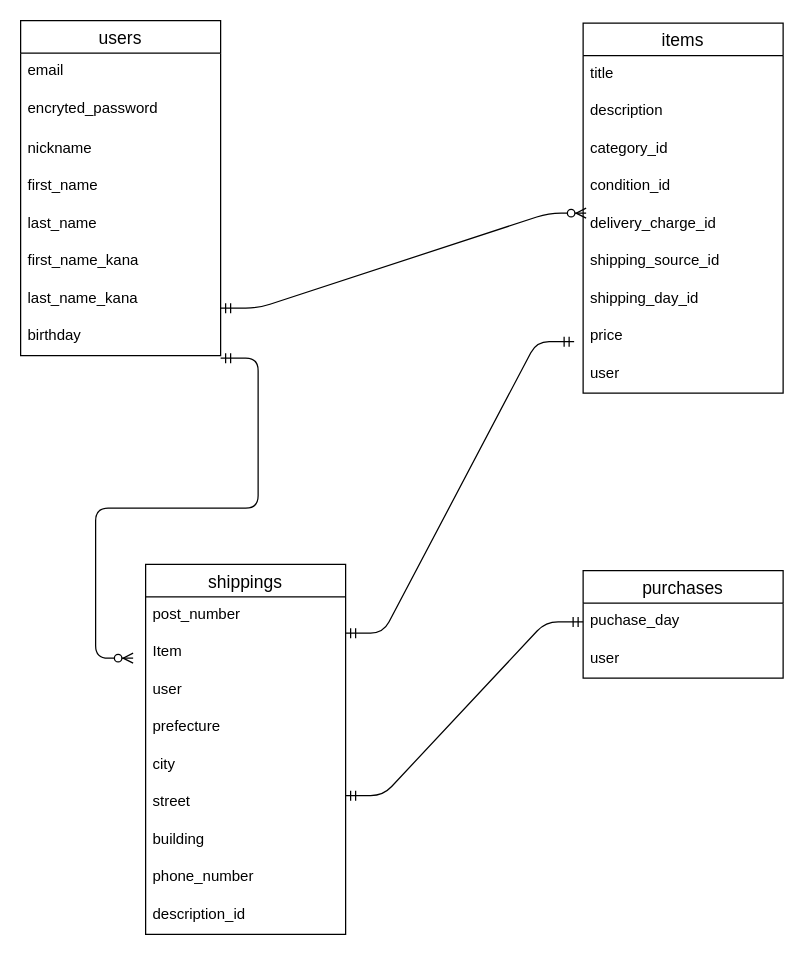
The draw.io diagram erz.dio in rettofe/furima-40484, before the edit. Source tidied: cells renumbered, new cells numbered last; positions are measured from the earlier drawing's top-left corner, leaving out a move shared by most shapes. Both pictures are drawn from the tidied source at 125%, with x=0, y=0 at pixel (20, 20).
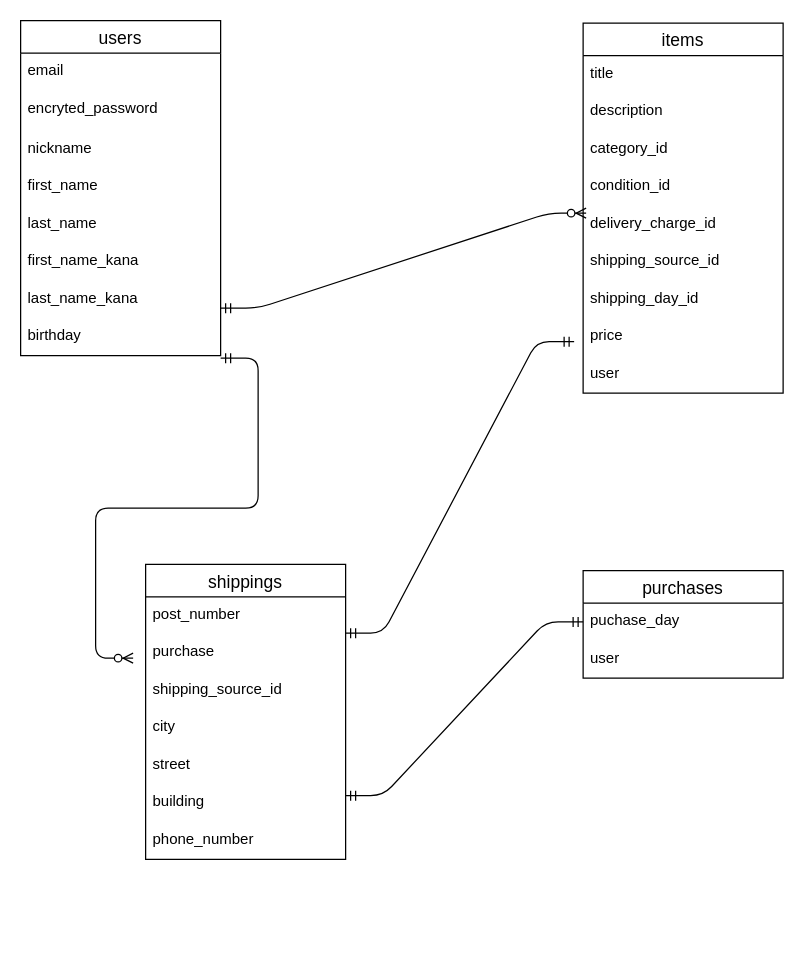
After the change.

The edit, as a diff of the source:
```diff
@@
     <mxCell id="24" value="shippings" style="swimlane;fontStyle=0;horizontal=1;startSize=26;align=center;fontSize=14;" parent="1" vertex="1">
-      <mxGeometry x="100" y="435" width="160" height="296" as="geometry" />
+      <mxGeometry x="100" y="435" width="160" height="236" as="geometry" />
     </mxCell>
@@
-    <mxCell id="26" value="Item" style="text;strokeColor=none;fillColor=none;spacingLeft=4;spacingRight=4;overflow=hidden;fontSize=12;" parent="24" vertex="1">
-      <mxGeometry y="56" width="160" height="30" as="geometry" />
-    </mxCell>
-    <mxCell id="27" value="user&#10;" style="text;strokeColor=none;fillColor=none;spacingLeft=4;spacingRight=4;overflow=hidden;fontSize=12;" parent="24" vertex="1">
-      <mxGeometry y="86" width="160" height="30" as="geometry" />
+    <mxCell id="27" value="purchase" style="text;strokeColor=none;fillColor=none;spacingLeft=4;spacingRight=4;overflow=hidden;fontSize=12;" parent="24" vertex="1">
+      <mxGeometry y="56" width="160" height="30" as="geometry" />
     </mxCell>
-    <mxCell id="28" value="prefecture" style="text;strokeColor=none;fillColor=none;spacingLeft=4;spacingRight=4;overflow=hidden;fontSize=12;" parent="24" vertex="1">
-      <mxGeometry y="116" width="160" height="30" as="geometry" />
+    <mxCell id="28" value="shipping_source_id" style="text;strokeColor=none;fillColor=none;spacingLeft=4;spacingRight=4;overflow=hidden;fontSize=12;" parent="24" vertex="1">
+      <mxGeometry y="86" width="160" height="30" as="geometry" />
     </mxCell>
     <mxCell id="29" value="city" style="text;strokeColor=none;fillColor=none;spacingLeft=4;spacingRight=4;overflow=hidden;fontSize=12;" parent="24" vertex="1">
-      <mxGeometry y="146" width="160" height="30" as="geometry" />
+      <mxGeometry y="116" width="160" height="30" as="geometry" />
     </mxCell>
     <mxCell id="30" value="street" style="text;strokeColor=none;fillColor=none;spacingLeft=4;spacingRight=4;overflow=hidden;fontSize=12;" parent="24" vertex="1">
-      <mxGeometry y="176" width="160" height="30" as="geometry" />
+      <mxGeometry y="146" width="160" height="30" as="geometry" />
     </mxCell>
     <mxCell id="31" value="building" style="text;strokeColor=none;fillColor=none;spacingLeft=4;spacingRight=4;overflow=hidden;fontSize=12;" parent="24" vertex="1">
-      <mxGeometry y="206" width="160" height="30" as="geometry" />
+      <mxGeometry y="176" width="160" height="30" as="geometry" />
     </mxCell>
     <mxCell id="32" value="phone_number" style="text;strokeColor=none;fillColor=none;spacingLeft=4;spacingRight=4;overflow=hidden;fontSize=12;" parent="24" vertex="1">
-      <mxGeometry y="236" width="160" height="30" as="geometry" />
+      <mxGeometry y="206" width="160" height="30" as="geometry" />
     </mxCell>
-    <mxCell id="33" value="description_id" style="text;strokeColor=none;fillColor=none;spacingLeft=4;spacingRight=4;overflow=hidden;fontSize=12;" parent="24" vertex="1">
-      <mxGeometry y="266" width="160" height="30" as="geometry" />
-    </mxCell>
```
